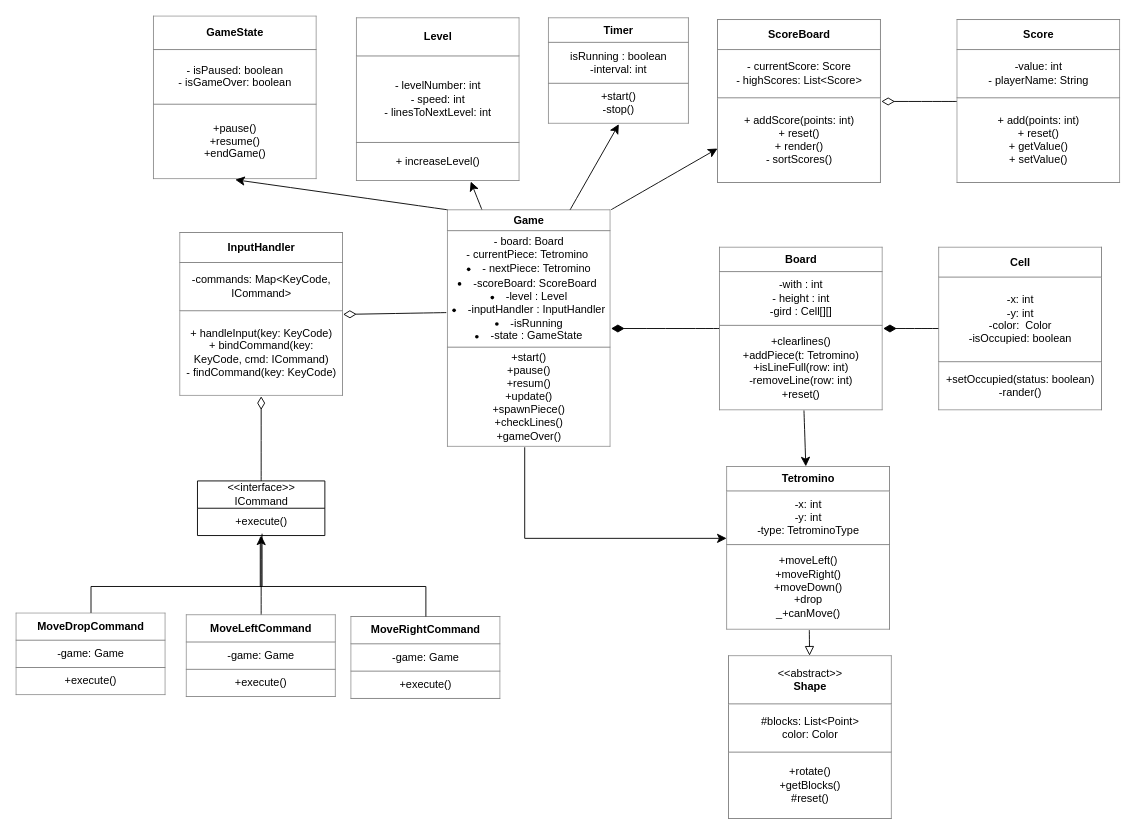
Before: Task-2/task2-4/tetris.drawio in Koddy71/Senla_task, a draw.io diagram. Source tidied: cells renumbered, new cells numbered last; positions are measured from the earlier drawing's top-left corner, leaving out a move shared by most shapes. Both pictures are drawn from the tidied source at 91%, with x=0, y=0 at pixel (15, 15).
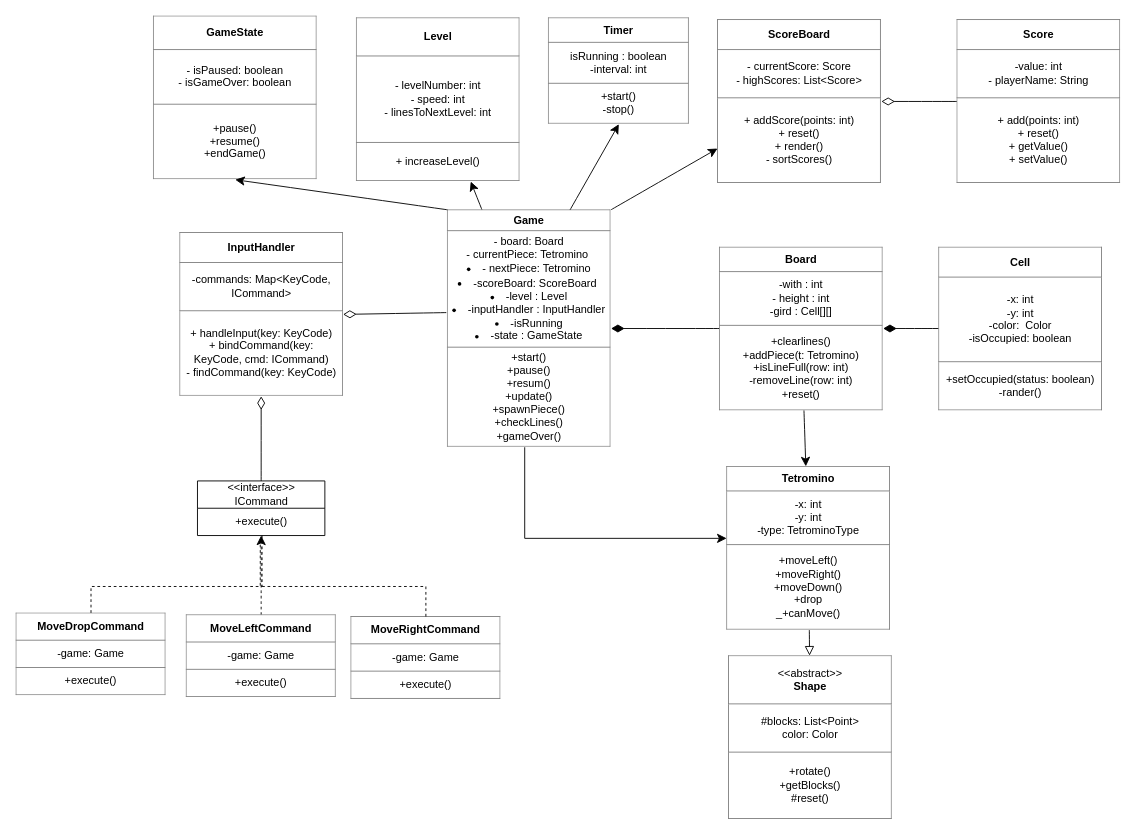
After the change.

The change refers to these unchanged cells:
```xml
<mxCell id="17" value="+execute()" style="text;strokeColor=none;fillColor=none;align=center;verticalAlign=middle;spacingLeft=4;spacingRight=4;overflow=hidden;points=[[0,0.5],[1,0.5]];portConstraint=eastwest;whiteSpace=wrap;html=1;" parent="16" vertex="1">
  <mxGeometry y="30" width="140" height="30" as="geometry" />
</mxCell>
<mxCell id="19" value="&lt;table border=&quot;1&quot; width=&quot;100%&quot; height=&quot;100%&quot; cellpadding=&quot;4&quot; style=&quot;width:100%;height:100%;border-collapse:collapse;&quot;&gt;&lt;tbody&gt;&lt;tr&gt;&lt;th align=&quot;center&quot;&gt;MoveLeftCommand&lt;/th&gt;&lt;/tr&gt;&lt;tr&gt;&lt;td align=&quot;center&quot;&gt;-game: Game&lt;/td&gt;&lt;/tr&gt;&lt;tr&gt;&lt;td align=&quot;center&quot;&gt;+execute()&lt;/td&gt;&lt;/tr&gt;&lt;/tbody&gt;&lt;/table&gt;" style="text;html=1;whiteSpace=wrap;strokeColor=none;fillColor=none;overflow=fill;" parent="1" vertex="1">
  <mxGeometry x="187" y="658" width="165" height="91" as="geometry" />
</mxCell>
<mxCell id="20" value="&lt;table border=&quot;1&quot; width=&quot;100%&quot; height=&quot;100%&quot; cellpadding=&quot;4&quot; style=&quot;width:100%;height:100%;border-collapse:collapse;&quot;&gt;&lt;tbody&gt;&lt;tr&gt;&lt;th align=&quot;center&quot;&gt;MoveRightCommand&lt;/th&gt;&lt;/tr&gt;&lt;tr&gt;&lt;td align=&quot;center&quot;&gt;-game: Game&lt;/td&gt;&lt;/tr&gt;&lt;tr&gt;&lt;td align=&quot;center&quot;&gt;+execute()&lt;/td&gt;&lt;/tr&gt;&lt;/tbody&gt;&lt;/table&gt;" style="text;html=1;whiteSpace=wrap;strokeColor=none;fillColor=none;overflow=fill;" parent="1" vertex="1">
  <mxGeometry x="368" y="660" width="165" height="91" as="geometry" />
</mxCell>
<mxCell id="21" value="&lt;table border=&quot;1&quot; width=&quot;100%&quot; height=&quot;100%&quot; cellpadding=&quot;4&quot; style=&quot;width:100%;height:100%;border-collapse:collapse;&quot;&gt;&lt;tbody&gt;&lt;tr&gt;&lt;th align=&quot;center&quot;&gt;MoveDropCommand&lt;/th&gt;&lt;/tr&gt;&lt;tr&gt;&lt;td align=&quot;center&quot;&gt;-game: Game&lt;/td&gt;&lt;/tr&gt;&lt;tr&gt;&lt;td align=&quot;center&quot;&gt;+execute()&lt;/td&gt;&lt;/tr&gt;&lt;/tbody&gt;&lt;/table&gt;" style="text;html=1;whiteSpace=wrap;strokeColor=none;fillColor=none;overflow=fill;" parent="1" vertex="1">
  <mxGeometry y="656" width="165" height="91" as="geometry" />
</mxCell>
```

Diff of the diagram source:
```diff
@@
-    <mxCell id="18" style="edgeStyle=none;curved=1;rounded=0;jettySize=auto;html=1;fontSize=12;startSize=8;endSize=8;" parent="1" edge="1" source="19" target="17">
+    <mxCell id="18" style="edgeStyle=none;curved=1;rounded=0;jettySize=auto;html=1;fontSize=12;startSize=8;endSize=8;dashed=1;" parent="1" edge="1" source="19" target="17">
       <mxGeometry relative="1" as="geometry" />
     </mxCell>
@@
-    <mxCell id="22" style="endArrow=none;html=1;rounded=0;fontSize=12;startSize=8;endSize=8;exitX=0.5;exitY=0;exitDx=0;exitDy=0;edgeStyle=orthogonalEdgeStyle;entryX=0.493;entryY=1.067;entryDx=0;entryDy=0;entryPerimeter=0;" parent="1" edge="1" source="20" target="17">
+    <mxCell id="22" style="endArrow=none;html=1;rounded=0;fontSize=12;startSize=8;endSize=8;exitX=0.5;exitY=0;exitDx=0;exitDy=0;edgeStyle=orthogonalEdgeStyle;entryX=0.493;entryY=1.067;entryDx=0;entryDy=0;entryPerimeter=0;dashed=1;" parent="1" edge="1" source="20" target="17">
       <mxGeometry relative="1" as="geometry">
         <Array as="points">
           <mxPoint x="450.5" y="627" />
           <mxPoint x="268.5" y="627" />
         </Array>
       </mxGeometry>
     </mxCell>
-    <mxCell id="23" style="endArrow=none;html=1;rounded=0;fontSize=12;startSize=8;endSize=8;exitX=0.5;exitY=0;exitDx=0;exitDy=0;edgeStyle=orthogonalEdgeStyle;entryX=0.507;entryY=0.933;entryDx=0;entryDy=0;entryPerimeter=0;" parent="1" edge="1" source="21" target="17">
+    <mxCell id="23" style="endArrow=none;html=1;rounded=0;fontSize=12;exitX=0.5;exitY=0;exitDx=0;exitDy=0;edgeStyle=orthogonalEdgeStyle;entryX=0.507;entryY=0.933;entryDx=0;entryDy=0;entryPerimeter=0;dashed=1;" parent="1" edge="1" source="21" target="17">
       <mxGeometry relative="1" as="geometry">
         <Array as="points">
           <mxPoint x="82.5" y="627" />
           <mxPoint x="270.5" y="627" />
         </Array>
       </mxGeometry>
     </mxCell>
```
